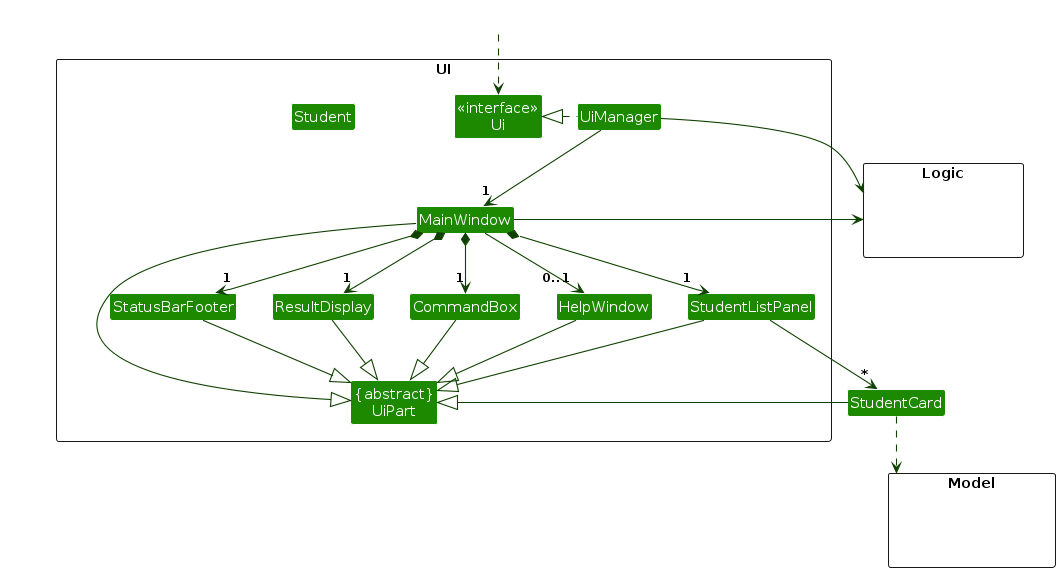
The PlantUML diagram diagrams/UiClassDiagram.png in AY2627S1-CS2103T-T11-4/tp, before a commit. Its source is kept beside it as diagrams/UiClassDiagram.puml.
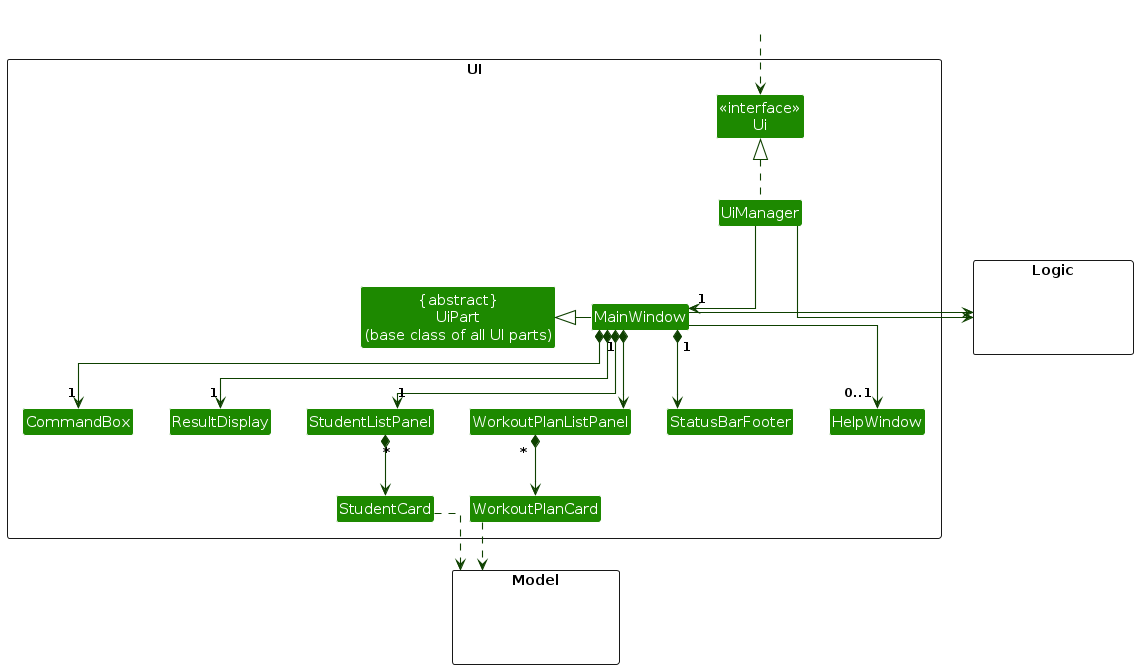
Later version of the same file.

The edit, as a diff of the source:
```diff
@@ -1,60 +1,62 @@
 @startuml
 !include style.puml
+top to bottom direction
+skinparam linetype ortho
 skinparam arrowThickness 1.1
 skinparam arrowColor UI_COLOR_T4
 skinparam classBackgroundColor UI_COLOR
 
-package UI <<Rectangle>>{
+package UI <<Rectangle>> {
 Class "<<interface>>\nUi" as Ui
-Class "{abstract}\nUiPart" as UiPart
 Class UiManager
+Class "{abstract}\nUiPart\n(base class of all UI parts)" as UiPart
 Class MainWindow
-Class HelpWindow
+Class CommandBox
 Class ResultDisplay
 Class StudentListPanel
-Class Student
+Class WorkoutPlanListPanel
 Class StatusBarFooter
-Class CommandBox
+Class HelpWindow
+Class StudentCard
+Class WorkoutPlanCard
+}
+
+package Logic <<Rectangle>> {
+Class HiddenLogic #FFFFFF
 }
 
 package Model <<Rectangle>> {
 Class HiddenModel #FFFFFF
 }
 
-package Logic <<Rectangle>> {
-Class HiddenLogic #FFFFFF
-}
-
 Class HiddenOutside #FFFFFF
 HiddenOutside ..> Ui
 
-UiManager .left.|> Ui
+UiManager .up.|> Ui
 UiManager -down-> "1" MainWindow
-MainWindow *-down->  "1" CommandBox
+
+MainWindow -left-|> UiPart
+
+MainWindow *-down-> "1" CommandBox
 MainWindow *-down-> "1" ResultDisplay
 MainWindow *-down-> "1" StudentListPanel
+MainWindow *-down-> "1" WorkoutPlanListPanel
 MainWindow *-down-> "1" StatusBarFooter
 MainWindow --> "0..1" HelpWindow
 
-StudentListPanel -down-> "*" StudentCard
-
-MainWindow -left-|> UiPart
-
-ResultDisplay --|> UiPart
-CommandBox --|> UiPart
-StudentListPanel --|> UiPart
-StudentCard --|> UiPart
-StatusBarFooter --|> UiPart
-HelpWindow --|> UiPart
+StudentListPanel *-down-> "*" StudentCard
+WorkoutPlanListPanel *-down-> "*" WorkoutPlanCard
 
 StudentCard ..> Model
+WorkoutPlanCard ..> Model
 UiManager -right-> Logic
-MainWindow -left-> Logic
+MainWindow -right-> Logic
 
-StudentListPanel -[hidden]left- HelpWindow
-HelpWindow -[hidden]left- CommandBox
-CommandBox -[hidden]left- ResultDisplay
-ResultDisplay -[hidden]left- StatusBarFooter
+CommandBox -[hidden]right- ResultDisplay
+ResultDisplay -[hidden]right- StudentListPanel
+StudentListPanel -[hidden]right- WorkoutPlanListPanel
+WorkoutPlanListPanel -[hidden]right- StatusBarFooter
+StatusBarFooter -[hidden]right- HelpWindow
+StudentCard -[hidden]right- WorkoutPlanCard
 
-MainWindow -[hidden]-|> UiPart
 @enduml
```
